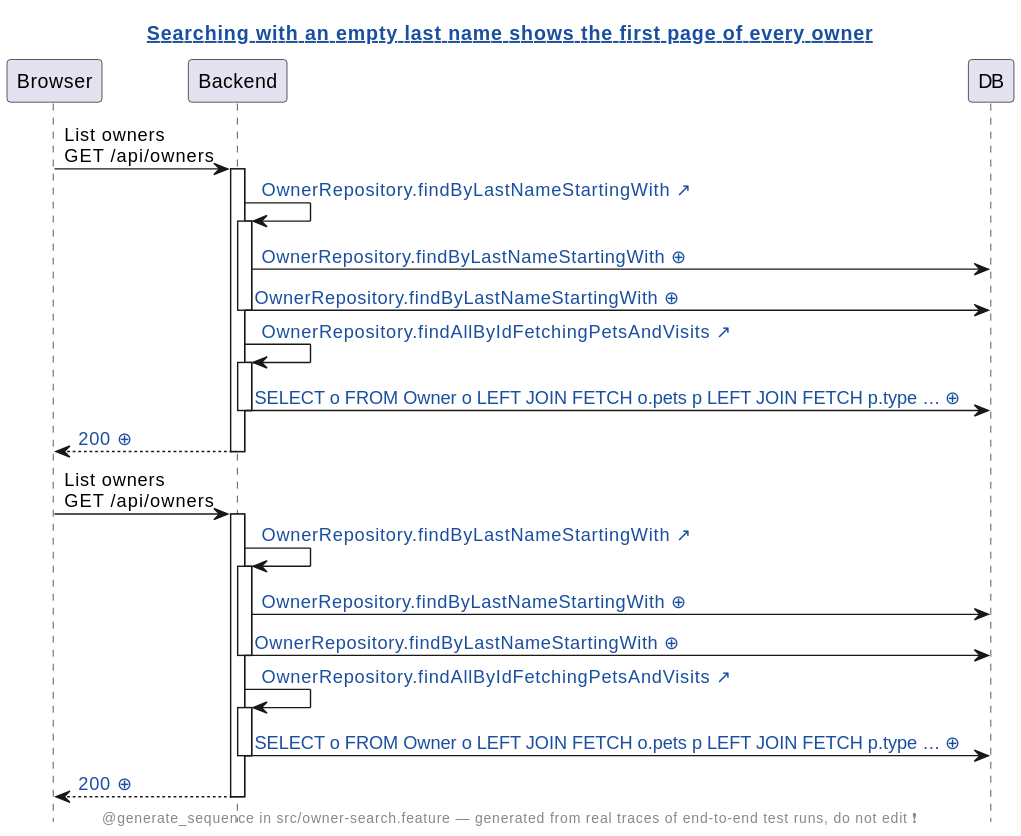
Earlier version of the PlantUML export demo/demo2/assets/diagrams/petclinic-test_generated_owner-search.feature.searching-with-an-empty-last-name-shows-the-first-page-of-every-owner.genseq.diff.svg (Winandvdb/human-review). The source it was exported from:
```plantuml
@startuml
hide footbox
skinparam hyperlinkUnderline false
skinparam hyperlinkColor #1A4FA0
title [[src://petclinic-test/src/owner-search.feature:26{Click to open the test} Searching with an empty last name shows the first page of every owner]]
footer @generate_sequence in src/owner-search.feature — generated from real traces of end-to-end test runs, do not edit ❗
participant Browser
participant Backend
participant DB
Browser -> Backend: List owners\nGET /api/owners
activate Backend
Backend -> Backend: [[src://petclinic-backend/src/main/java/victor/training/petclinic/repository/OwnerRepository.java:15{Click to open OwnerRepository.findByLastNameStartingWith} OwnerRepository.findByLastNameStartingWith ↗]]
activate Backend
Backend -> DB: [[genseq://06lhb5c{Click for the statement behind this call} OwnerRepository.findByLastNameStartingWith ⊕]]
Backend -> DB: [[genseq://0rcs8yy{Click for the statement behind this call} OwnerRepository.findByLastNameStartingWith ⊕]]
deactivate Backend
Backend -> Backend: [[src://petclinic-backend/src/main/java/victor/training/petclinic/repository/OwnerRepository.java:26{Click to open OwnerRepository.findAllByIdFetchingPetsAndVisits} OwnerRepository.findAllByIdFetchingPetsAndVisits ↗]]
activate Backend
Backend -> DB: [[genseq://075m496{Click for the statement behind this call} SELECT o FROM Owner o LEFT JOIN FETCH o.pets p LEFT JOIN FETCH p.type … ⊕]]
deactivate Backend
Backend --> Browser: [[genseq://159qzfj{Click for this call’s JSON body} 200 ⊕]]
deactivate Backend
Browser -> Backend: List owners\nGET /api/owners
activate Backend
Backend -> Backend: [[src://petclinic-backend/src/main/java/victor/training/petclinic/repository/OwnerRepository.java:15{Click to open OwnerRepository.findByLastNameStartingWith} OwnerRepository.findByLastNameStartingWith ↗]]
activate Backend
Backend -> DB: [[genseq://06lhb5c{Click for the statement behind this call} OwnerRepository.findByLastNameStartingWith ⊕]]
Backend -> DB: [[genseq://0rcs8yy{Click for the statement behind this call} OwnerRepository.findByLastNameStartingWith ⊕]]
deactivate Backend
Backend -> Backend: [[src://petclinic-backend/src/main/java/victor/training/petclinic/repository/OwnerRepository.java:26{Click to open OwnerRepository.findAllByIdFetchingPetsAndVisits} OwnerRepository.findAllByIdFetchingPetsAndVisits ↗]]
activate Backend
Backend -> DB: [[genseq://075m496{Click for the statement behind this call} SELECT o FROM Owner o LEFT JOIN FETCH o.pets p LEFT JOIN FETCH p.type … ⊕]]
deactivate Backend
Backend --> Browser: [[genseq://159qzfj{Click for this call’s JSON body} 200 ⊕]]
deactivate Backend
@enduml
```
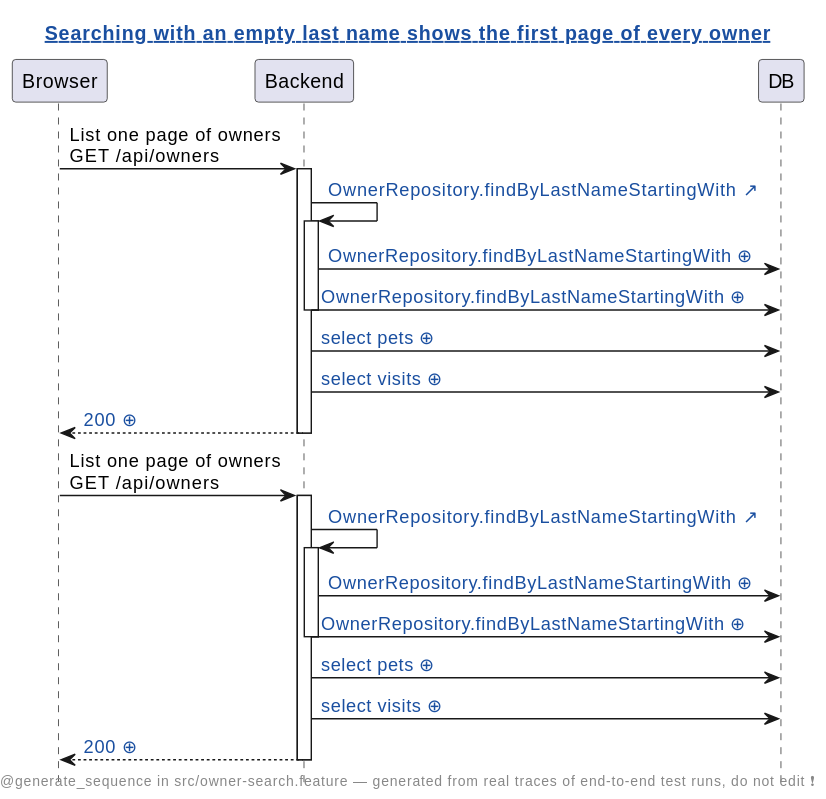
The same diagram one commit later.

Diff of the diagram source:
```diff
@@ -7,30 +7,26 @@
 participant Browser
 participant Backend
 participant DB
-Browser -> Backend: List owners\nGET /api/owners
+Browser -> Backend: List one page of owners\nGET /api/owners
 activate Backend
-Backend -> Backend: [[src://petclinic-backend/src/main/java/victor/training/petclinic/repository/OwnerRepository.java:15{Click to open OwnerRepository.findByLastNameStartingWith} OwnerRepository.findByLastNameStartingWith ↗]]
+Backend -> Backend: [[src://petclinic-backend/src/main/java/victor/training/petclinic/repository/OwnerRepository.java:13{Click to open OwnerRepository.findByLastNameStartingWith} OwnerRepository.findByLastNameStartingWith ↗]]
 activate Backend
-Backend -> DB: [[genseq://06lhb5c{Click for the statement behind this call} OwnerRepository.findByLastNameStartingWith ⊕]]
+Backend -> DB: [[genseq://1ub53i8{Click for the statement behind this call} OwnerRepository.findByLastNameStartingWith ⊕]]
 Backend -> DB: [[genseq://0rcs8yy{Click for the statement behind this call} OwnerRepository.findByLastNameStartingWith ⊕]]
 deactivate Backend
-Backend -> Backend: [[src://petclinic-backend/src/main/java/victor/training/petclinic/repository/OwnerRepository.java:26{Click to open OwnerRepository.findAllByIdFetchingPetsAndVisits} OwnerRepository.findAllByIdFetchingPetsAndVisits ↗]]
+Backend -> DB: [[genseq://1ruk3w0{Click for the statement behind this call} select pets ⊕]]
+Backend -> DB: [[genseq://1bw25vb{Click for the statement behind this call} select visits ⊕]]
+Backend --> Browser: [[genseq://1p6jb4u{Click for this call’s JSON body} 200 ⊕]]
+deactivate Backend
+Browser -> Backend: List one page of owners\nGET /api/owners
 activate Backend
-Backend -> DB: [[genseq://075m496{Click for the statement behind this call} SELECT o FROM Owner o LEFT JOIN FETCH o.pets p LEFT JOIN FETCH p.type … ⊕]]
-deactivate Backend
-Backend --> Browser: [[genseq://159qzfj{Click for this call’s JSON body} 200 ⊕]]
-deactivate Backend
-Browser -> Backend: List owners\nGET /api/owners
+Backend -> Backend: [[src://petclinic-backend/src/main/java/victor/training/petclinic/repository/OwnerRepository.java:13{Click to open OwnerRepository.findByLastNameStartingWith} OwnerRepository.findByLastNameStartingWith ↗]]
 activate Backend
-Backend -> Backend: [[src://petclinic-backend/src/main/java/victor/training/petclinic/repository/OwnerRepository.java:15{Click to open OwnerRepository.findByLastNameStartingWith} OwnerRepository.findByLastNameStartingWith ↗]]
-activate Backend
-Backend -> DB: [[genseq://06lhb5c{Click for the statement behind this call} OwnerRepository.findByLastNameStartingWith ⊕]]
+Backend -> DB: [[genseq://1ub53i8{Click for the statement behind this call} OwnerRepository.findByLastNameStartingWith ⊕]]
 Backend -> DB: [[genseq://0rcs8yy{Click for the statement behind this call} OwnerRepository.findByLastNameStartingWith ⊕]]
 deactivate Backend
-Backend -> Backend: [[src://petclinic-backend/src/main/java/victor/training/petclinic/repository/OwnerRepository.java:26{Click to open OwnerRepository.findAllByIdFetchingPetsAndVisits} OwnerRepository.findAllByIdFetchingPetsAndVisits ↗]]
-activate Backend
-Backend -> DB: [[genseq://075m496{Click for the statement behind this call} SELECT o FROM Owner o LEFT JOIN FETCH o.pets p LEFT JOIN FETCH p.type … ⊕]]
-deactivate Backend
-Backend --> Browser: [[genseq://159qzfj{Click for this call’s JSON body} 200 ⊕]]
+Backend -> DB: [[genseq://1ruk3w0{Click for the statement behind this call} select pets ⊕]]
+Backend -> DB: [[genseq://1bw25vb{Click for the statement behind this call} select visits ⊕]]
+Backend --> Browser: [[genseq://1p6jb4u{Click for this call’s JSON body} 200 ⊕]]
 deactivate Backend
 @enduml
```
